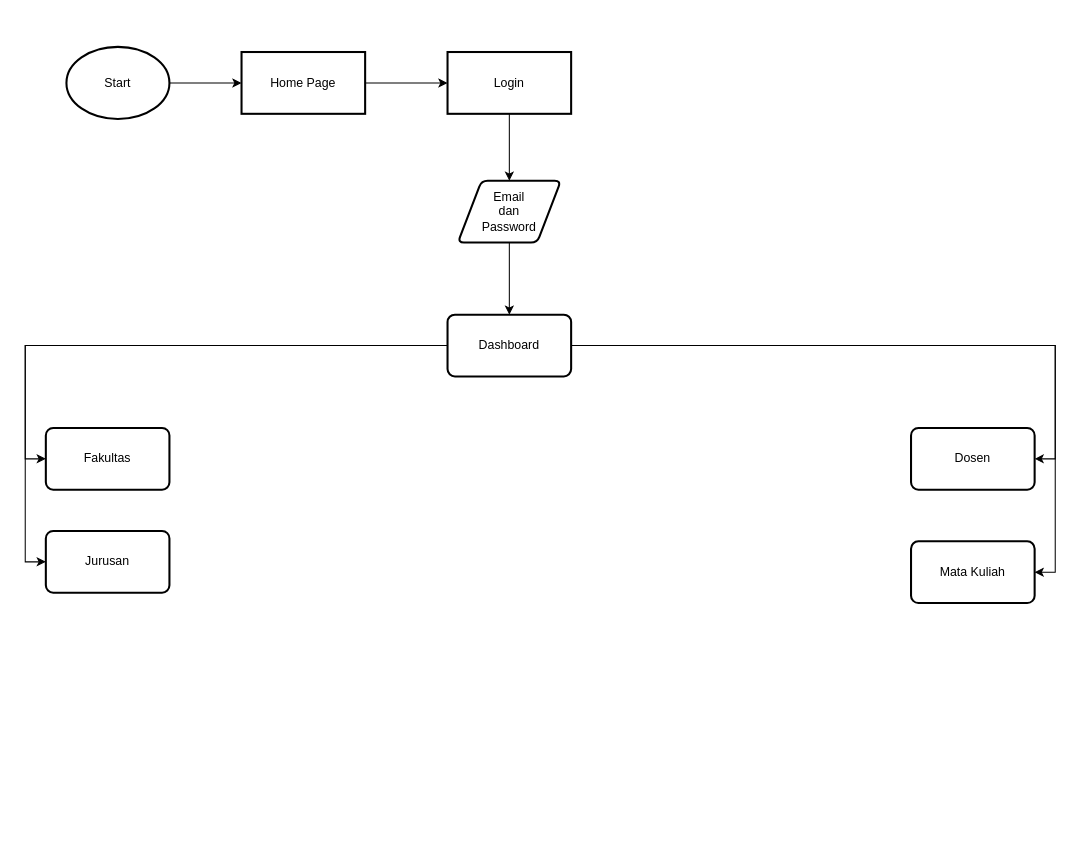
The draw.io diagram page "admin" (1 of 2) of Untitled Diagram.drawio in GibransLF/minprokrs, before the edit. Source tidied: cells renumbered, new cells numbered last; positions are measured from the earlier drawing's top-left corner, leaving out a move shared by most shapes. Both pictures are drawn from the tidied source at 103%, with x=0, y=0 at pixel (45, 46).
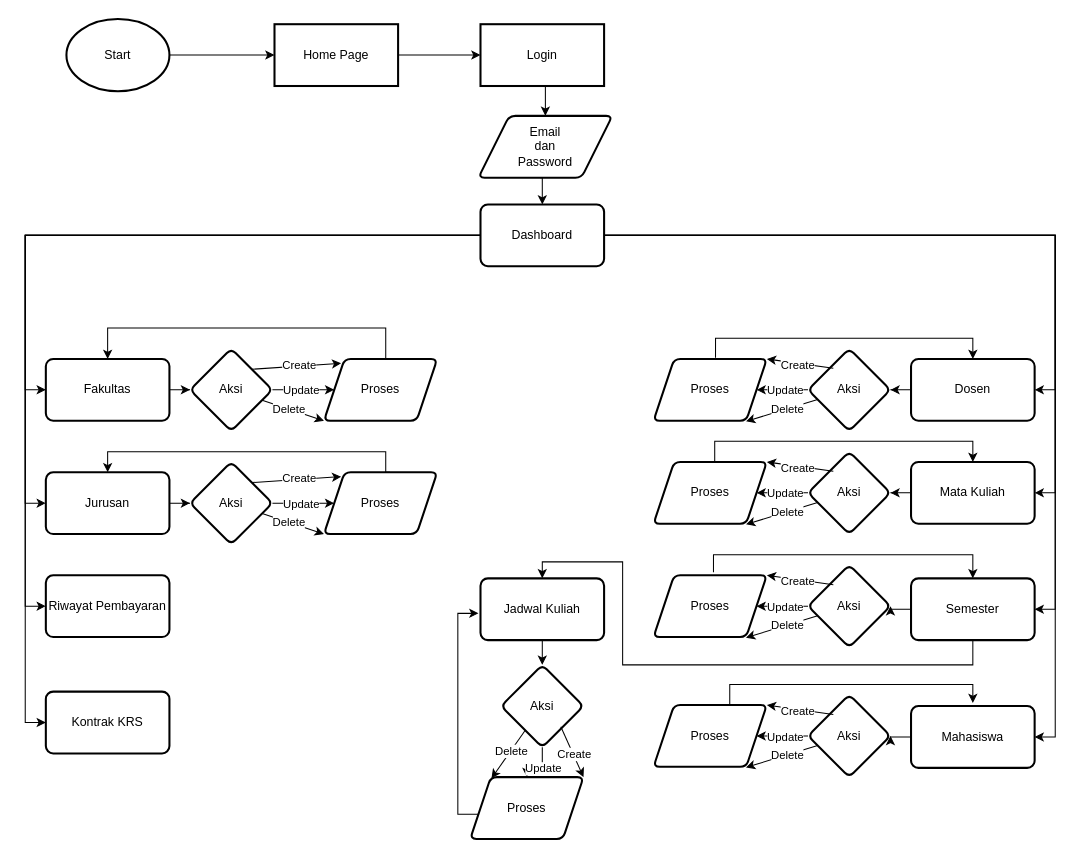
Above is the later version.

What changed in the source:
```diff
@@
     <mxCell id="3" value="Start" style="strokeWidth=2;html=1;shape=mxgraph.flowchart.start_1;whiteSpace=wrap;" parent="1" vertex="1">
-      <mxGeometry x="20" width="100" height="70" as="geometry" />
+      <mxGeometry x="20" y="-27" width="100" height="70" as="geometry" />
     </mxCell>
@@
     <mxCell id="5" value="Home Page" style="whiteSpace=wrap;html=1;strokeWidth=2;" parent="1" vertex="1">
-      <mxGeometry x="190" y="5" width="120" height="60" as="geometry" />
+      <mxGeometry x="222" y="-22" width="120" height="60" as="geometry" />
     </mxCell>
-    <mxCell id="6" style="edgeStyle=orthogonalEdgeStyle;rounded=0;jettySize=auto;html=1;" parent="1" edge="1" source="7" target="9">
+    <mxCell id="6" style="edgeStyle=orthogonalEdgeStyle;rounded=0;jettySize=auto;html=1;entryX=0.5;entryY=0;entryDx=0;entryDy=0;exitX=0.556;exitY=0.961;exitDx=0;exitDy=0;exitPerimeter=0;" parent="1" edge="1" source="7" target="9">
       <mxGeometry relative="1" as="geometry" />
     </mxCell>
     <mxCell id="7" value="Login" style="whiteSpace=wrap;html=1;strokeWidth=2;" parent="1" vertex="1">
-      <mxGeometry x="390" y="5" width="120" height="60" as="geometry" />
+      <mxGeometry x="422" y="-22" width="120" height="60" as="geometry" />
     </mxCell>
-    <mxCell id="8" style="edgeStyle=orthogonalEdgeStyle;rounded=0;jettySize=auto;html=1;" parent="1" edge="1" source="9" target="14">
+    <mxCell id="8" style="edgeStyle=orthogonalEdgeStyle;rounded=0;jettySize=auto;html=1;exitX=0.461;exitY=0.999;exitDx=0;exitDy=0;exitPerimeter=0;entryX=0.5;entryY=0;entryDx=0;entryDy=0;" parent="1" edge="1" source="9" target="14">
       <mxGeometry relative="1" as="geometry" />
     </mxCell>
     <mxCell id="9" value="Email&lt;br&gt;dan&lt;br&gt;Password" style="shape=parallelogram;html=1;strokeWidth=2;perimeter=parallelogramPerimeter;whiteSpace=wrap;rounded=1;arcSize=12;size=0.23;" parent="1" vertex="1">
-      <mxGeometry x="400" y="130" width="100" height="60" as="geometry" />
+      <mxGeometry x="420" y="67" width="130" height="60" as="geometry" />
     </mxCell>
@@
+    <mxCell id="13" style="edgeStyle=orthogonalEdgeStyle;rounded=0;jettySize=auto;html=1;entryX=1;entryY=0.5;entryDx=0;entryDy=0;" parent="1" edge="1" source="14" target="18">
+      <mxGeometry relative="1" as="geometry" />
+    </mxCell>
+    <mxCell id="19" style="edgeStyle=orthogonalEdgeStyle;rounded=0;jettySize=auto;html=1;entryX=1;entryY=0.5;entryDx=0;entryDy=0;" parent="1" edge="1" source="14" target="29">
+      <mxGeometry relative="1" as="geometry" />
+    </mxCell>
+    <mxCell id="20" style="edgeStyle=orthogonalEdgeStyle;rounded=0;jettySize=auto;html=1;entryX=1;entryY=0.5;entryDx=0;entryDy=0;" parent="1" edge="1" source="14" target="31">
+      <mxGeometry relative="1" as="geometry" />
+    </mxCell>
+    <mxCell id="21" style="edgeStyle=orthogonalEdgeStyle;rounded=0;jettySize=auto;html=1;entryX=0;entryY=0.5;entryDx=0;entryDy=0;" parent="1" edge="1" source="14" target="32">
+      <mxGeometry relative="1" as="geometry" />
+    </mxCell>
+    <mxCell id="22" style="edgeStyle=orthogonalEdgeStyle;rounded=0;jettySize=auto;html=1;entryX=0;entryY=0.5;entryDx=0;entryDy=0;" parent="1" edge="1" source="14" target="33">
+      <mxGeometry relative="1" as="geometry" />
+    </mxCell>
     <mxCell id="12" style="edgeStyle=orthogonalEdgeStyle;rounded=0;jettySize=auto;html=1;entryX=1;entryY=0.5;entryDx=0;entryDy=0;" parent="1" edge="1" source="14" target="17">
-      <mxGeometry relative="1" as="geometry">
-        <Array as="points">
-          <mxPoint x="980" y="290" />
-          <mxPoint x="980" y="400" />
-        </Array>
-      </mxGeometry>
+      <mxGeometry relative="1" as="geometry" />
     </mxCell>
-    <mxCell id="13" style="edgeStyle=orthogonalEdgeStyle;rounded=0;jettySize=auto;html=1;entryX=1;entryY=0.5;entryDx=0;entryDy=0;" parent="1" edge="1" source="14" target="18">
-      <mxGeometry relative="1" as="geometry" />
-    </mxCell>
     <mxCell id="14" value="Dashboard" style="whiteSpace=wrap;html=1;strokeWidth=2;rounded=1;arcSize=12;" parent="1" vertex="1">
-      <mxGeometry x="390" y="260" width="120" height="60" as="geometry" />
+      <mxGeometry x="422" y="153" width="120" height="60" as="geometry" />
     </mxCell>
+    <mxCell id="23" style="edgeStyle=orthogonalEdgeStyle;rounded=0;jettySize=auto;html=1;" parent="1" edge="1" source="15" target="36">
+      <mxGeometry relative="1" as="geometry" />
+    </mxCell>
     <mxCell id="15" value="Fakultas" style="whiteSpace=wrap;html=1;strokeWidth=2;rounded=1;arcSize=12;" parent="1" vertex="1">
-      <mxGeometry y="370" width="120" height="60" as="geometry" />
+      <mxGeometry y="303" width="120" height="60" as="geometry" />
     </mxCell>
+    <mxCell id="24" style="edgeStyle=orthogonalEdgeStyle;rounded=0;jettySize=auto;html=1;" parent="1" edge="1" source="16" target="45">
+      <mxGeometry relative="1" as="geometry" />
+    </mxCell>
     <mxCell id="16" value="Jurusan" style="whiteSpace=wrap;html=1;strokeWidth=2;rounded=1;arcSize=12;" parent="1" vertex="1">
-      <mxGeometry y="470" width="120" height="60" as="geometry" />
+      <mxGeometry y="413" width="120" height="60" as="geometry" />
     </mxCell>
+    <mxCell id="25" style="edgeStyle=orthogonalEdgeStyle;rounded=0;jettySize=auto;html=1;" parent="1" edge="1" source="17" target="54">
+      <mxGeometry relative="1" as="geometry" />
+    </mxCell>
     <mxCell id="17" value="Dosen" style="whiteSpace=wrap;html=1;strokeWidth=2;rounded=1;arcSize=12;" parent="1" vertex="1">
-      <mxGeometry x="840" y="370" width="120" height="60" as="geometry" />
+      <mxGeometry x="840" y="303" width="120" height="60" as="geometry" />
     </mxCell>
+    <mxCell id="26" style="edgeStyle=orthogonalEdgeStyle;rounded=0;jettySize=auto;html=1;" parent="1" edge="1" source="18" target="63">
+      <mxGeometry relative="1" as="geometry" />
+    </mxCell>
     <mxCell id="18" value="Mata Kuliah" style="whiteSpace=wrap;html=1;strokeWidth=2;rounded=1;arcSize=12;" parent="1" vertex="1">
-      <mxGeometry x="840" y="480" width="120" height="60" as="geometry" />
+      <mxGeometry x="840" y="403" width="120" height="60" as="geometry" />
     </mxCell>
+    <mxCell id="27" style="edgeStyle=orthogonalEdgeStyle;rounded=0;jettySize=auto;html=1;" parent="1" edge="1" source="29" target="72">
+      <mxGeometry relative="1" as="geometry" />
+    </mxCell>
+    <mxCell id="28" style="edgeStyle=orthogonalEdgeStyle;rounded=0;jettySize=auto;html=1;entryX=0.5;entryY=0;entryDx=0;entryDy=0;" parent="1" edge="1" source="29" target="89">
+      <mxGeometry relative="1" as="geometry">
+        <Array as="points">
+          <mxPoint x="900" y="600" />
+          <mxPoint x="560" y="600" />
+          <mxPoint x="560" y="500" />
+          <mxPoint x="482" y="500" />
+        </Array>
+      </mxGeometry>
+    </mxCell>
+    <mxCell id="29" value="Semester" style="whiteSpace=wrap;html=1;strokeWidth=2;rounded=1;arcSize=12;" parent="1" vertex="1">
+      <mxGeometry x="840" y="516" width="120" height="60" as="geometry" />
+    </mxCell>
+    <mxCell id="30" style="edgeStyle=orthogonalEdgeStyle;rounded=0;jettySize=auto;html=1;" parent="1" edge="1" source="31" target="81">
+      <mxGeometry relative="1" as="geometry" />
+    </mxCell>
+    <mxCell id="31" value="Mahasiswa" style="whiteSpace=wrap;html=1;strokeWidth=2;rounded=1;arcSize=12;" parent="1" vertex="1">
+      <mxGeometry x="840" y="640" width="120" height="60" as="geometry" />
+    </mxCell>
+    <mxCell id="32" value="Riwayat Pembayaran" style="whiteSpace=wrap;html=1;strokeWidth=2;rounded=1;arcSize=12;" parent="1" vertex="1">
+      <mxGeometry y="513" width="120" height="60" as="geometry" />
+    </mxCell>
+    <mxCell id="33" value="Kontrak KRS" style="whiteSpace=wrap;html=1;strokeWidth=2;rounded=1;arcSize=12;" parent="1" vertex="1">
+      <mxGeometry y="626" width="120" height="60" as="geometry" />
+    </mxCell>
+    <mxCell id="34" style="edgeStyle=orthogonalEdgeStyle;rounded=0;jettySize=auto;html=1;" parent="1" edge="1" source="36" target="38">
+      <mxGeometry relative="1" as="geometry" />
+    </mxCell>
+    <mxCell id="35" value="Update" style="edgeLabel;html=1;align=center;verticalAlign=middle;" parent="34" vertex="1">
+      <mxGeometry x="-0.09" relative="1" as="geometry" />
+    </mxCell>
+    <mxCell id="36" value="Aksi" style="rhombus;whiteSpace=wrap;html=1;strokeWidth=2;rounded=1;arcSize=12;" parent="1" vertex="1">
+      <mxGeometry x="140" y="293" width="80" height="80" as="geometry" />
+    </mxCell>
+    <mxCell id="37" style="edgeStyle=orthogonalEdgeStyle;rounded=0;jettySize=auto;html=1;entryX=0.5;entryY=0;entryDx=0;entryDy=0;exitX=0.583;exitY=0;exitDx=0;exitDy=0;exitPerimeter=0;" parent="1" edge="1" source="38" target="15">
+      <mxGeometry relative="1" as="geometry">
+        <Array as="points">
+          <mxPoint x="330" y="273" />
+          <mxPoint x="60" y="273" />
+        </Array>
+      </mxGeometry>
+    </mxCell>
+    <mxCell id="38" value="Proses" style="shape=parallelogram;perimeter=parallelogramPerimeter;whiteSpace=wrap;html=1;fixedSize=1;strokeWidth=2;rounded=1;arcSize=12;" parent="1" vertex="1">
+      <mxGeometry x="270" y="303" width="110" height="60" as="geometry" />
+    </mxCell>
+    <mxCell id="39" style="endArrow=classic;html=1;rounded=0;entryX=0;entryY=1;entryDx=0;entryDy=0;" parent="1" edge="1" source="36" target="38">
+      <mxGeometry relative="1" as="geometry" />
+    </mxCell>
+    <mxCell id="40" value="Delete" style="edgeLabel;html=1;align=center;verticalAlign=middle;" parent="39" vertex="1">
+      <mxGeometry x="-0.16" relative="1" as="geometry" />
+    </mxCell>
+    <mxCell id="41" style="endArrow=classic;html=1;rounded=0;exitX=1;exitY=0;exitDx=0;exitDy=0;entryX=0.152;entryY=0.071;entryDx=0;entryDy=0;entryPerimeter=0;" parent="1" edge="1" source="36" target="38">
+      <mxGeometry relative="1" as="geometry" />
+    </mxCell>
+    <mxCell id="42" value="Create" style="edgeLabel;html=1;align=center;verticalAlign=middle;" parent="41" vertex="1">
+      <mxGeometry x="0.07" y="1" relative="1" as="geometry" />
+    </mxCell>
+    <mxCell id="43" style="edgeStyle=orthogonalEdgeStyle;rounded=0;jettySize=auto;html=1;" parent="1" edge="1" source="45" target="47">
+      <mxGeometry relative="1" as="geometry" />
+    </mxCell>
+    <mxCell id="44" value="Update" style="edgeLabel;html=1;align=center;verticalAlign=middle;" parent="43" vertex="1">
+      <mxGeometry x="-0.09" relative="1" as="geometry" />
+    </mxCell>
+    <mxCell id="45" value="Aksi" style="rhombus;whiteSpace=wrap;html=1;strokeWidth=2;rounded=1;arcSize=12;" parent="1" vertex="1">
+      <mxGeometry x="140" y="403" width="80" height="80" as="geometry" />
+    </mxCell>
+    <mxCell id="46" style="edgeStyle=orthogonalEdgeStyle;rounded=0;jettySize=auto;html=1;exitX=0.583;exitY=0;exitDx=0;exitDy=0;exitPerimeter=0;" parent="1" edge="1" source="47" target="16">
+      <mxGeometry relative="1" as="geometry">
+        <Array as="points">
+          <mxPoint x="330" y="413" />
+          <mxPoint x="330" y="393" />
+          <mxPoint x="60" y="393" />
+        </Array>
+      </mxGeometry>
+    </mxCell>
+    <mxCell id="47" value="Proses" style="shape=parallelogram;perimeter=parallelogramPerimeter;whiteSpace=wrap;html=1;fixedSize=1;strokeWidth=2;rounded=1;arcSize=12;" parent="1" vertex="1">
+      <mxGeometry x="270" y="413" width="110" height="60" as="geometry" />
+    </mxCell>
+    <mxCell id="48" style="endArrow=classic;html=1;rounded=0;entryX=0;entryY=1;entryDx=0;entryDy=0;" parent="1" edge="1" source="45" target="47">
+      <mxGeometry relative="1" as="geometry" />
+    </mxCell>
+    <mxCell id="49" value="Delete" style="edgeLabel;html=1;align=center;verticalAlign=middle;" parent="48" vertex="1">
+      <mxGeometry x="-0.16" relative="1" as="geometry" />
+    </mxCell>
+    <mxCell id="50" style="endArrow=classic;html=1;rounded=0;exitX=1;exitY=0;exitDx=0;exitDy=0;entryX=0.152;entryY=0.071;entryDx=0;entryDy=0;entryPerimeter=0;" parent="1" edge="1" source="45" target="47">
+      <mxGeometry relative="1" as="geometry" />
+    </mxCell>
+    <mxCell id="51" value="Create" style="edgeLabel;html=1;align=center;verticalAlign=middle;" parent="50" vertex="1">
+      <mxGeometry x="0.07" y="1" relative="1" as="geometry" />
+    </mxCell>
+    <mxCell id="52" style="edgeStyle=orthogonalEdgeStyle;rounded=0;jettySize=auto;html=1;" parent="1" edge="1" source="54" target="56">
+      <mxGeometry relative="1" as="geometry" />
+    </mxCell>
+    <mxCell id="53" value="Update" style="edgeLabel;html=1;align=center;verticalAlign=middle;" parent="52" vertex="1">
+      <mxGeometry x="-0.09" relative="1" as="geometry" />
+    </mxCell>
+    <mxCell id="54" value="Aksi" style="rhombus;whiteSpace=wrap;html=1;strokeWidth=2;rounded=1;arcSize=12;" parent="1" vertex="1">
+      <mxGeometry x="740" y="293" width="80" height="80" as="geometry" />
+    </mxCell>
+    <mxCell id="55" style="edgeStyle=orthogonalEdgeStyle;rounded=0;jettySize=auto;html=1;entryX=0.5;entryY=0;entryDx=0;entryDy=0;exitX=0.547;exitY=-0.02;exitDx=0;exitDy=0;exitPerimeter=0;" parent="1" edge="1" source="56" target="17">
+      <mxGeometry relative="1" as="geometry">
+        <Array as="points">
+          <mxPoint x="650" y="283" />
+          <mxPoint x="900" y="283" />
+        </Array>
+      </mxGeometry>
+    </mxCell>
+    <mxCell id="56" value="Proses" style="shape=parallelogram;perimeter=parallelogramPerimeter;whiteSpace=wrap;html=1;fixedSize=1;strokeWidth=2;rounded=1;arcSize=12;" parent="1" vertex="1">
+      <mxGeometry x="590" y="303" width="110" height="60" as="geometry" />
+    </mxCell>
+    <mxCell id="57" style="endArrow=classic;html=1;rounded=0;entryX=0.816;entryY=1.01;entryDx=0;entryDy=0;entryPerimeter=0;" parent="1" edge="1" source="54" target="56">
+      <mxGeometry relative="1" as="geometry" />
+    </mxCell>
+    <mxCell id="58" value="Delete" style="edgeLabel;html=1;align=center;verticalAlign=middle;" parent="57" vertex="1">
+      <mxGeometry x="-0.16" relative="1" as="geometry" />
+    </mxCell>
+    <mxCell id="59" style="endArrow=classic;html=1;rounded=0;exitX=0.307;exitY=0.239;exitDx=0;exitDy=0;entryX=1;entryY=0;entryDx=0;entryDy=0;exitPerimeter=0;" parent="1" edge="1" source="54" target="56">
+      <mxGeometry relative="1" as="geometry" />
+    </mxCell>
+    <mxCell id="60" value="Create" style="edgeLabel;html=1;align=center;verticalAlign=middle;" parent="59" vertex="1">
+      <mxGeometry x="0.07" y="1" relative="1" as="geometry" />
+    </mxCell>
+    <mxCell id="61" style="edgeStyle=orthogonalEdgeStyle;rounded=0;jettySize=auto;html=1;" parent="1" edge="1" source="63" target="65">
+      <mxGeometry relative="1" as="geometry" />
+    </mxCell>
+    <mxCell id="62" value="Update" style="edgeLabel;html=1;align=center;verticalAlign=middle;" parent="61" vertex="1">
+      <mxGeometry x="-0.09" relative="1" as="geometry" />
+    </mxCell>
+    <mxCell id="63" value="Aksi" style="rhombus;whiteSpace=wrap;html=1;strokeWidth=2;rounded=1;arcSize=12;" parent="1" vertex="1">
+      <mxGeometry x="740" y="393" width="80" height="80" as="geometry" />
+    </mxCell>
+    <mxCell id="64" style="edgeStyle=orthogonalEdgeStyle;rounded=0;jettySize=auto;html=1;exitX=0.54;exitY=-0.013;exitDx=0;exitDy=0;exitPerimeter=0;" parent="1" edge="1" source="65" target="18">
+      <mxGeometry relative="1" as="geometry">
+        <Array as="points">
+          <mxPoint x="649" y="383" />
+          <mxPoint x="900" y="383" />
+        </Array>
+      </mxGeometry>
+    </mxCell>
+    <mxCell id="65" value="Proses" style="shape=parallelogram;perimeter=parallelogramPerimeter;whiteSpace=wrap;html=1;fixedSize=1;strokeWidth=2;rounded=1;arcSize=12;" parent="1" vertex="1">
+      <mxGeometry x="590" y="403" width="110" height="60" as="geometry" />
+    </mxCell>
+    <mxCell id="66" style="endArrow=classic;html=1;rounded=0;entryX=0.816;entryY=1.01;entryDx=0;entryDy=0;entryPerimeter=0;" parent="1" edge="1" source="63" target="65">
+      <mxGeometry relative="1" as="geometry" />
+    </mxCell>
+    <mxCell id="67" value="Delete" style="edgeLabel;html=1;align=center;verticalAlign=middle;" parent="66" vertex="1">
+      <mxGeometry x="-0.16" relative="1" as="geometry" />
+    </mxCell>
+    <mxCell id="68" style="endArrow=classic;html=1;rounded=0;exitX=0.307;exitY=0.239;exitDx=0;exitDy=0;entryX=1;entryY=0;entryDx=0;entryDy=0;exitPerimeter=0;" parent="1" edge="1" source="63" target="65">
+      <mxGeometry relative="1" as="geometry" />
+    </mxCell>
+    <mxCell id="69" value="Create" style="edgeLabel;html=1;align=center;verticalAlign=middle;" parent="68" vertex="1">
+      <mxGeometry x="0.07" y="1" relative="1" as="geometry" />
+    </mxCell>
+    <mxCell id="70" style="edgeStyle=orthogonalEdgeStyle;rounded=0;jettySize=auto;html=1;" parent="1" edge="1" source="72" target="74">
+      <mxGeometry relative="1" as="geometry" />
+    </mxCell>
+    <mxCell id="71" value="Update" style="edgeLabel;html=1;align=center;verticalAlign=middle;" parent="70" vertex="1">
+      <mxGeometry x="-0.09" relative="1" as="geometry" />
+    </mxCell>
+    <mxCell id="72" value="Aksi" style="rhombus;whiteSpace=wrap;html=1;strokeWidth=2;rounded=1;arcSize=12;" parent="1" vertex="1">
+      <mxGeometry x="740" y="503" width="80" height="80" as="geometry" />
+    </mxCell>
+    <mxCell id="73" style="edgeStyle=orthogonalEdgeStyle;rounded=0;jettySize=auto;html=1;entryX=0.5;entryY=0;entryDx=0;entryDy=0;exitX=0.529;exitY=-0.047;exitDx=0;exitDy=0;exitPerimeter=0;" parent="1" edge="1" source="74" target="29">
+      <mxGeometry relative="1" as="geometry">
+        <Array as="points">
+          <mxPoint x="648" y="493" />
+          <mxPoint x="900" y="493" />
+        </Array>
+      </mxGeometry>
+    </mxCell>
+    <mxCell id="74" value="Proses" style="shape=parallelogram;perimeter=parallelogramPerimeter;whiteSpace=wrap;html=1;fixedSize=1;strokeWidth=2;rounded=1;arcSize=12;" parent="1" vertex="1">
+      <mxGeometry x="590" y="513" width="110" height="60" as="geometry" />
+    </mxCell>
+    <mxCell id="75" style="endArrow=classic;html=1;rounded=0;entryX=0.816;entryY=1.01;entryDx=0;entryDy=0;entryPerimeter=0;" parent="1" edge="1" source="72" target="74">
+      <mxGeometry relative="1" as="geometry" />
+    </mxCell>
+    <mxCell id="76" value="Delete" style="edgeLabel;html=1;align=center;verticalAlign=middle;" parent="75" vertex="1">
+      <mxGeometry x="-0.16" relative="1" as="geometry" />
+    </mxCell>
+    <mxCell id="77" style="endArrow=classic;html=1;rounded=0;exitX=0.307;exitY=0.239;exitDx=0;exitDy=0;entryX=1;entryY=0;entryDx=0;entryDy=0;exitPerimeter=0;" parent="1" edge="1" source="72" target="74">
+      <mxGeometry relative="1" as="geometry" />
+    </mxCell>
+    <mxCell id="78" value="Create" style="edgeLabel;html=1;align=center;verticalAlign=middle;" parent="77" vertex="1">
+      <mxGeometry x="0.07" y="1" relative="1" as="geometry" />
+    </mxCell>
+    <mxCell id="79" style="edgeStyle=orthogonalEdgeStyle;rounded=0;jettySize=auto;html=1;" parent="1" edge="1" source="81" target="83">
+      <mxGeometry relative="1" as="geometry" />
+    </mxCell>
+    <mxCell id="80" value="Update" style="edgeLabel;html=1;align=center;verticalAlign=middle;" parent="79" vertex="1">
+      <mxGeometry x="-0.09" relative="1" as="geometry" />
+    </mxCell>
+    <mxCell id="81" value="Aksi" style="rhombus;whiteSpace=wrap;html=1;strokeWidth=2;rounded=1;arcSize=12;" parent="1" vertex="1">
+      <mxGeometry x="740" y="629" width="80" height="80" as="geometry" />
+    </mxCell>
+    <mxCell id="82" style="edgeStyle=orthogonalEdgeStyle;rounded=0;jettySize=auto;html=1;exitX=0.583;exitY=0;exitDx=0;exitDy=0;exitPerimeter=0;" parent="1" edge="1" source="83">
+      <mxGeometry relative="1" as="geometry">
+        <mxPoint x="900" y="637" as="targetPoint" />
+        <Array as="points">
+          <mxPoint x="664" y="619" />
+          <mxPoint x="900" y="619" />
+        </Array>
+      </mxGeometry>
+    </mxCell>
+    <mxCell id="83" value="Proses" style="shape=parallelogram;perimeter=parallelogramPerimeter;whiteSpace=wrap;html=1;fixedSize=1;strokeWidth=2;rounded=1;arcSize=12;" parent="1" vertex="1">
+      <mxGeometry x="590" y="639" width="110" height="60" as="geometry" />
+    </mxCell>
+    <mxCell id="84" style="endArrow=classic;html=1;rounded=0;entryX=0.816;entryY=1.01;entryDx=0;entryDy=0;entryPerimeter=0;" parent="1" edge="1" source="81" target="83">
+      <mxGeometry relative="1" as="geometry" />
+    </mxCell>
+    <mxCell id="85" value="Delete" style="edgeLabel;html=1;align=center;verticalAlign=middle;" parent="84" vertex="1">
+      <mxGeometry x="-0.16" relative="1" as="geometry" />
+    </mxCell>
+    <mxCell id="86" style="endArrow=classic;html=1;rounded=0;exitX=0.307;exitY=0.239;exitDx=0;exitDy=0;entryX=1;entryY=0;entryDx=0;entryDy=0;exitPerimeter=0;" parent="1" edge="1" source="81" target="83">
+      <mxGeometry relative="1" as="geometry" />
+    </mxCell>
+    <mxCell id="87" value="Create" style="edgeLabel;html=1;align=center;verticalAlign=middle;" parent="86" vertex="1">
+      <mxGeometry x="0.07" y="1" relative="1" as="geometry" />
+    </mxCell>
+    <mxCell id="88" style="edgeStyle=orthogonalEdgeStyle;rounded=0;jettySize=auto;html=1;" parent="1" edge="1" source="89" target="92">
+      <mxGeometry relative="1" as="geometry" />
+    </mxCell>
+    <mxCell id="89" value="Jadwal Kuliah" style="whiteSpace=wrap;html=1;strokeWidth=2;rounded=1;arcSize=12;" parent="1" vertex="1">
+      <mxGeometry x="422" y="516" width="120" height="60" as="geometry" />
+    </mxCell>
+    <mxCell id="90" style="edgeStyle=orthogonalEdgeStyle;rounded=0;jettySize=auto;html=1;" parent="1" edge="1" source="92" target="94">
+      <mxGeometry relative="1" as="geometry" />
+    </mxCell>
+    <mxCell id="91" value="Update" style="edgeLabel;html=1;align=center;verticalAlign=middle;" parent="90" vertex="1">
+      <mxGeometry x="-0.09" relative="1" as="geometry" />
+    </mxCell>
+    <mxCell id="92" value="Aksi" style="rhombus;whiteSpace=wrap;html=1;strokeWidth=2;rounded=1;arcSize=12;" parent="1" vertex="1">
+      <mxGeometry x="442" y="600" width="80" height="80" as="geometry" />
+    </mxCell>
+    <mxCell id="93" style="edgeStyle=orthogonalEdgeStyle;rounded=0;jettySize=auto;html=1;exitX=0.09;exitY=0.602;exitDx=0;exitDy=0;exitPerimeter=0;" parent="1" edge="1" source="94">
+      <mxGeometry relative="1" as="geometry">
+        <mxPoint x="420" y="550" as="targetPoint" />
+        <Array as="points">
+          <mxPoint x="400" y="745" />
+          <mxPoint x="400" y="550" />
+        </Array>
+      </mxGeometry>
+    </mxCell>
+    <mxCell id="94" value="Proses" style="shape=parallelogram;perimeter=parallelogramPerimeter;whiteSpace=wrap;html=1;fixedSize=1;strokeWidth=2;rounded=1;arcSize=12;" parent="1" vertex="1">
+      <mxGeometry x="412" y="709" width="110" height="60" as="geometry" />
+    </mxCell>
+    <mxCell id="95" style="endArrow=classic;html=1;rounded=0;entryX=0.188;entryY=0.019;entryDx=0;entryDy=0;entryPerimeter=0;" parent="1" edge="1" source="92" target="94">
+      <mxGeometry relative="1" as="geometry" />
+    </mxCell>
+    <mxCell id="96" value="Delete" style="edgeLabel;html=1;align=center;verticalAlign=middle;" parent="95" vertex="1">
+      <mxGeometry x="-0.16" relative="1" as="geometry" />
+    </mxCell>
+    <mxCell id="97" style="endArrow=classic;html=1;rounded=0;entryX=1;entryY=0;entryDx=0;entryDy=0;" parent="1" edge="1" target="94">
+      <mxGeometry relative="1" as="geometry">
+        <mxPoint x="500" y="660" as="sourcePoint" />
+      </mxGeometry>
+    </mxCell>
+    <mxCell id="98" value="Create" style="edgeLabel;html=1;align=center;verticalAlign=middle;" parent="97" vertex="1">
+      <mxGeometry x="0.07" y="1" relative="1" as="geometry" />
+    </mxCell>
```
